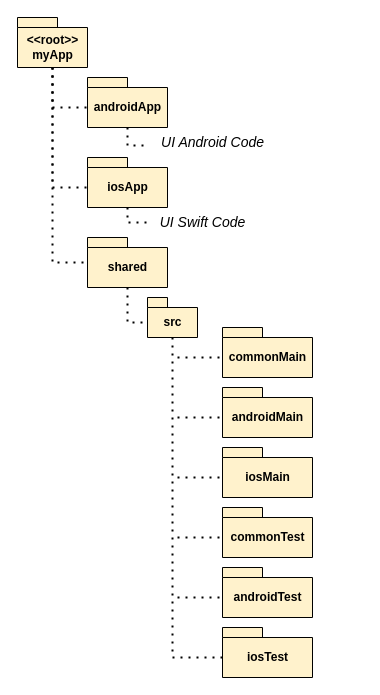
This is page "Page-14" (14 of 25) of tesi-2.drawio from paganellif/tesi-paganelli, a draw.io file, before an edit. Source tidied: cells renumbered, new cells numbered last; positions are measured from the earlier drawing's top-left corner, leaving out a move shared by most shapes. Both pictures are drawn from the tidied source at 100%, with x=0, y=0 at pixel (17, 17).
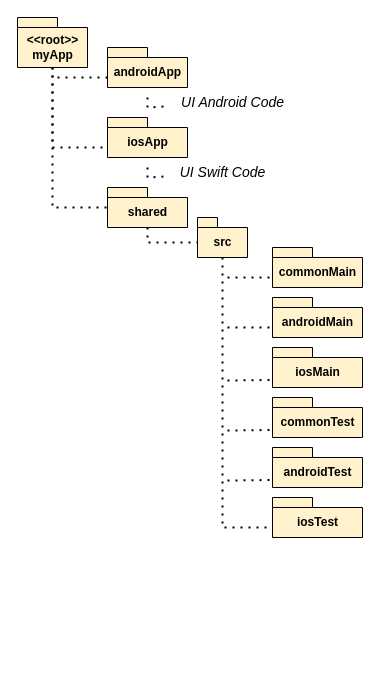
The same page after the edit.

Unchanged cells that the change refers to:
```xml
<mxCell id="2" value="&amp;lt;&amp;lt;root&amp;gt;&amp;gt;&lt;br&gt;myApp" style="shape=folder;fontStyle=1;tabWidth=40;tabHeight=10;tabPosition=left;html=1;boundedLbl=1;fillColor=#FFF2CC;" parent="1" vertex="1">
  <mxGeometry width="70" height="50" as="geometry" />
</mxCell>
```

Diff of the diagram source:
```diff
@@
     <mxCell id="3" value="androidApp" style="shape=folder;fontStyle=1;tabWidth=40;tabHeight=10;tabPosition=left;html=1;boundedLbl=1;fillColor=#FFF2CC;" parent="1" vertex="1">
-      <mxGeometry x="70" y="60" width="80" height="50" as="geometry" />
+      <mxGeometry x="90" y="30" width="80" height="40" as="geometry" />
     </mxCell>
     <mxCell id="4" value="iosApp" style="shape=folder;fontStyle=1;tabWidth=40;tabHeight=10;tabPosition=left;html=1;boundedLbl=1;fillColor=#FFF2CC;" parent="1" vertex="1">
-      <mxGeometry x="70" y="140" width="80" height="50" as="geometry" />
+      <mxGeometry x="90" y="100" width="80" height="40" as="geometry" />
     </mxCell>
     <mxCell id="5" value="shared" style="shape=folder;fontStyle=1;tabWidth=40;tabHeight=10;tabPosition=left;html=1;boundedLbl=1;fillColor=#FFF2CC;" parent="1" vertex="1">
-      <mxGeometry x="70" y="220" width="80" height="50" as="geometry" />
+      <mxGeometry x="90" y="170" width="80" height="40" as="geometry" />
     </mxCell>
-    <mxCell id="6" style="endArrow=none;dashed=1;html=1;dashPattern=1 3;strokeWidth=2;rounded=0;exitX=0.5;exitY=1;exitDx=0;exitDy=0;exitPerimeter=0;entryX=0;entryY=0;entryDx=0;entryDy=30;entryPerimeter=0;" parent="1" edge="1" source="2" target="3">
+    <mxCell id="6" style="endArrow=none;dashed=1;html=1;dashPattern=1 3;strokeWidth=2;rounded=0;entryX=0;entryY=0;entryDx=0;entryDy=30;entryPerimeter=0;" parent="1" edge="1" target="3">
       <mxGeometry relative="1" as="geometry">
-        <Array as="points">
-          <mxPoint x="35" y="90" />
-        </Array>
+        <mxPoint x="40" y="60" as="sourcePoint" />
       </mxGeometry>
     </mxCell>
     <mxCell id="7" style="endArrow=none;dashed=1;html=1;dashPattern=1 3;strokeWidth=2;rounded=0;entryX=0;entryY=0;entryDx=0;entryDy=30;entryPerimeter=0;exitX=0.5;exitY=1;exitDx=0;exitDy=0;exitPerimeter=0;" parent="1" edge="1" source="2" target="4">
       <mxGeometry relative="1" as="geometry">
         <Array as="points">
-          <mxPoint x="35" y="170" />
+          <mxPoint x="35" y="130" />
         </Array>
       </mxGeometry>
     </mxCell>
     <mxCell id="8" style="endArrow=none;dashed=1;html=1;dashPattern=1 3;strokeWidth=2;rounded=0;exitX=0.5;exitY=1;exitDx=0;exitDy=0;exitPerimeter=0;" parent="1" edge="1" source="2" target="5">
       <mxGeometry relative="1" as="geometry">
         <Array as="points">
-          <mxPoint x="35" y="245" />
+          <mxPoint x="35" y="190" />
         </Array>
       </mxGeometry>
     </mxCell>
     <mxCell id="9" value="commonMain" style="shape=folder;fontStyle=1;tabWidth=40;tabHeight=10;tabPosition=left;html=1;boundedLbl=1;fillColor=#FFF2CC;" parent="1" vertex="1">
-      <mxGeometry x="205" y="310" width="90" height="50" as="geometry" />
+      <mxGeometry x="255" y="230" width="90" height="40" as="geometry" />
     </mxCell>
     <mxCell id="10" value="androidMain" style="shape=folder;fontStyle=1;tabWidth=40;tabHeight=10;tabPosition=left;html=1;boundedLbl=1;fillColor=#FFF2CC;" parent="1" vertex="1">
-      <mxGeometry x="205" y="370" width="90" height="50" as="geometry" />
+      <mxGeometry x="255" y="280" width="90" height="40" as="geometry" />
     </mxCell>
     <mxCell id="11" value="iosMain" style="shape=folder;fontStyle=1;tabWidth=40;tabHeight=10;tabPosition=left;html=1;boundedLbl=1;fillColor=#FFF2CC;" parent="1" vertex="1">
-      <mxGeometry x="205" y="430" width="90" height="50" as="geometry" />
+      <mxGeometry x="255" y="330" width="90" height="40" as="geometry" />
     </mxCell>
     <mxCell id="12" value="commonTest" style="shape=folder;fontStyle=1;tabWidth=40;tabHeight=10;tabPosition=left;html=1;boundedLbl=1;fillColor=#FFF2CC;" parent="1" vertex="1">
-      <mxGeometry x="205" y="490" width="90" height="50" as="geometry" />
+      <mxGeometry x="255" y="380" width="90" height="40" as="geometry" />
     </mxCell>
     <mxCell id="13" value="androidTest" style="shape=folder;fontStyle=1;tabWidth=40;tabHeight=10;tabPosition=left;html=1;boundedLbl=1;fillColor=#FFF2CC;" parent="1" vertex="1">
-      <mxGeometry x="205" y="550" width="90" height="50" as="geometry" />
+      <mxGeometry x="255" y="430" width="90" height="40" as="geometry" />
     </mxCell>
     <mxCell id="14" value="iosTest" style="shape=folder;fontStyle=1;tabWidth=40;tabHeight=10;tabPosition=left;html=1;boundedLbl=1;fillColor=#FFF2CC;" parent="1" vertex="1">
-      <mxGeometry x="205" y="610" width="90" height="50" as="geometry" />
+      <mxGeometry x="255" y="480" width="90" height="40" as="geometry" />
     </mxCell>
     <mxCell id="15" value="src" style="shape=folder;fontStyle=1;tabWidth=20;tabHeight=10;tabPosition=left;html=1;boundedLbl=1;fillColor=#FFF2CC;" parent="1" vertex="1">
-      <mxGeometry x="130" y="280" width="50" height="40" as="geometry" />
+      <mxGeometry x="180" y="200" width="50" height="40" as="geometry" />
     </mxCell>
     <mxCell id="16" style="endArrow=none;dashed=1;html=1;dashPattern=1 3;strokeWidth=2;rounded=0;exitX=0.5;exitY=1;exitDx=0;exitDy=0;exitPerimeter=0;entryX=0;entryY=0;entryDx=0;entryDy=25;entryPerimeter=0;" parent="1" edge="1" source="5" target="15">
       <mxGeometry relative="1" as="geometry">
         <Array as="points">
-          <mxPoint x="110" y="305" />
+          <mxPoint x="130" y="225" />
         </Array>
       </mxGeometry>
     </mxCell>
     <mxCell id="17" style="endArrow=none;dashed=1;html=1;dashPattern=1 3;strokeWidth=2;rounded=0;entryX=0;entryY=0;entryDx=0;entryDy=30;entryPerimeter=0;" parent="1" edge="1" target="9">
       <mxGeometry relative="1" as="geometry">
-        <mxPoint x="160" y="340" as="sourcePoint" />
+        <mxPoint x="210" y="260" as="sourcePoint" />
         <Array as="points">
-          <mxPoint x="160" y="340" />
+          <mxPoint x="210" y="260" />
         </Array>
       </mxGeometry>
     </mxCell>
     <mxCell id="18" style="endArrow=none;dashed=1;html=1;dashPattern=1 3;strokeWidth=2;rounded=0;entryX=0;entryY=0;entryDx=0;entryDy=30;entryPerimeter=0;" parent="1" edge="1" target="10">
       <mxGeometry relative="1" as="geometry">
-        <mxPoint x="160" y="400" as="sourcePoint" />
-        <Array as="points">
-          <mxPoint x="160" y="400" />
-        </Array>
+        <mxPoint x="210" y="310" as="sourcePoint" />
       </mxGeometry>
     </mxCell>
     <mxCell id="19" style="endArrow=none;dashed=1;html=1;dashPattern=1 3;strokeWidth=2;rounded=0;exitX=0.5;exitY=1;exitDx=0;exitDy=0;exitPerimeter=0;entryX=0;entryY=0;entryDx=0;entryDy=30;entryPerimeter=0;" parent="1" edge="1" source="15" target="14">
       <mxGeometry relative="1" as="geometry">
         <Array as="points">
-          <mxPoint x="155" y="640" />
+          <mxPoint x="205" y="510" />
         </Array>
       </mxGeometry>
     </mxCell>
-    <mxCell id="20" style="endArrow=none;dashed=1;html=1;dashPattern=1 3;strokeWidth=2;rounded=0;entryX=0;entryY=0;entryDx=0;entryDy=30;entryPerimeter=0;" parent="1" edge="1">
+    <mxCell id="20" style="endArrow=none;dashed=1;html=1;dashPattern=1 3;strokeWidth=2;rounded=0;entryX=0;entryY=0;entryDx=0;entryDy=32.5;entryPerimeter=0;" parent="1" edge="1" target="11">
       <mxGeometry relative="1" as="geometry">
-        <mxPoint x="160" y="460" as="sourcePoint" />
-        <mxPoint x="205" y="460" as="targetPoint" />
-        <Array as="points">
-          <mxPoint x="160" y="460" />
-        </Array>
+        <mxPoint x="210" y="363" as="sourcePoint" />
       </mxGeometry>
     </mxCell>
-    <mxCell id="21" style="endArrow=none;dashed=1;html=1;dashPattern=1 3;strokeWidth=2;rounded=0;entryX=0;entryY=0;entryDx=0;entryDy=30;entryPerimeter=0;" parent="1" edge="1">
+    <mxCell id="21" style="endArrow=none;dashed=1;html=1;dashPattern=1 3;strokeWidth=2;rounded=0;entryX=0;entryY=0;entryDx=0;entryDy=32.5;entryPerimeter=0;" parent="1" edge="1" target="12">
       <mxGeometry relative="1" as="geometry">
-        <mxPoint x="160" y="520" as="sourcePoint" />
-        <mxPoint x="205" y="520" as="targetPoint" />
-        <Array as="points">
-          <mxPoint x="160" y="520" />
-        </Array>
+        <mxPoint x="210" y="413" as="sourcePoint" />
       </mxGeometry>
     </mxCell>
-    <mxCell id="22" style="endArrow=none;dashed=1;html=1;dashPattern=1 3;strokeWidth=2;rounded=0;entryX=0;entryY=0;entryDx=0;entryDy=30;entryPerimeter=0;" parent="1" edge="1">
+    <mxCell id="22" style="endArrow=none;dashed=1;html=1;dashPattern=1 3;strokeWidth=2;rounded=0;entryX=0;entryY=0;entryDx=0;entryDy=32.5;entryPerimeter=0;" parent="1" edge="1" target="13">
       <mxGeometry relative="1" as="geometry">
-        <mxPoint x="160" y="580" as="sourcePoint" />
-        <mxPoint x="205" y="580" as="targetPoint" />
-        <Array as="points">
-          <mxPoint x="160" y="580" />
-        </Array>
+        <mxPoint x="210" y="463" as="sourcePoint" />
       </mxGeometry>
     </mxCell>
-    <mxCell id="23" style="endArrow=none;dashed=1;html=1;dashPattern=1 3;strokeWidth=2;rounded=0;exitX=0.5;exitY=1;exitDx=0;exitDy=0;exitPerimeter=0;entryX=0.002;entryY=0.504;entryDx=0;entryDy=0;entryPerimeter=0;" parent="1" edge="1" target="24">
-      <mxGeometry relative="1" as="geometry">
-        <mxPoint x="110" y="190" as="sourcePoint" />
-        <Array as="points">
-          <mxPoint x="110" y="205" />
-        </Array>
-      </mxGeometry>
-    </mxCell>
     <mxCell id="24" value="UI Swift Code" style="text;html=1;align=center;verticalAlign=middle;points=[];strokeColor=none;fillColor=none;fontSize=14;fontStyle=2;" parent="1" vertex="1">
-      <mxGeometry x="130" y="190" width="110" height="30" as="geometry" />
+      <mxGeometry x="150" y="140" width="110" height="30" as="geometry" />
     </mxCell>
-    <mxCell id="25" style="endArrow=none;dashed=1;html=1;dashPattern=1 3;strokeWidth=2;rounded=0;exitX=0.5;exitY=1;exitDx=0;exitDy=0;exitPerimeter=0;entryX=0.002;entryY=0.604;entryDx=0;entryDy=0;entryPerimeter=0;" parent="1" edge="1" target="26">
+    <mxCell id="25" style="endArrow=none;dashed=1;html=1;dashPattern=1 3;strokeWidth=2;rounded=0;exitX=0.5;exitY=1;exitDx=0;exitDy=0;exitPerimeter=0;" parent="1" edge="1" target="26">
       <mxGeometry relative="1" as="geometry">
-        <mxPoint x="110" y="110" as="sourcePoint" />
+        <mxPoint x="130" y="80" as="sourcePoint" />
         <Array as="points">
-          <mxPoint x="110" y="128" />
+          <mxPoint x="130" y="90" />
         </Array>
       </mxGeometry>
     </mxCell>
     <mxCell id="26" value="UI Android Code" style="text;html=1;align=center;verticalAlign=middle;points=[];strokeColor=none;fillColor=none;fontSize=14;fontStyle=2;" parent="1" vertex="1">
-      <mxGeometry x="130" y="110" width="130" height="30" as="geometry" />
+      <mxGeometry x="150" y="70" width="130" height="30" as="geometry" />
     </mxCell>
+    <mxCell id="27" style="endArrow=none;dashed=1;html=1;dashPattern=1 3;strokeWidth=2;rounded=0;exitX=0.5;exitY=1;exitDx=0;exitDy=0;exitPerimeter=0;" parent="1" edge="1">
+      <mxGeometry relative="1" as="geometry">
+        <mxPoint x="130" y="150" as="sourcePoint" />
+        <mxPoint x="150" y="158.8" as="targetPoint" />
+        <Array as="points">
+          <mxPoint x="130" y="160" />
+        </Array>
+      </mxGeometry>
+    </mxCell>
```
